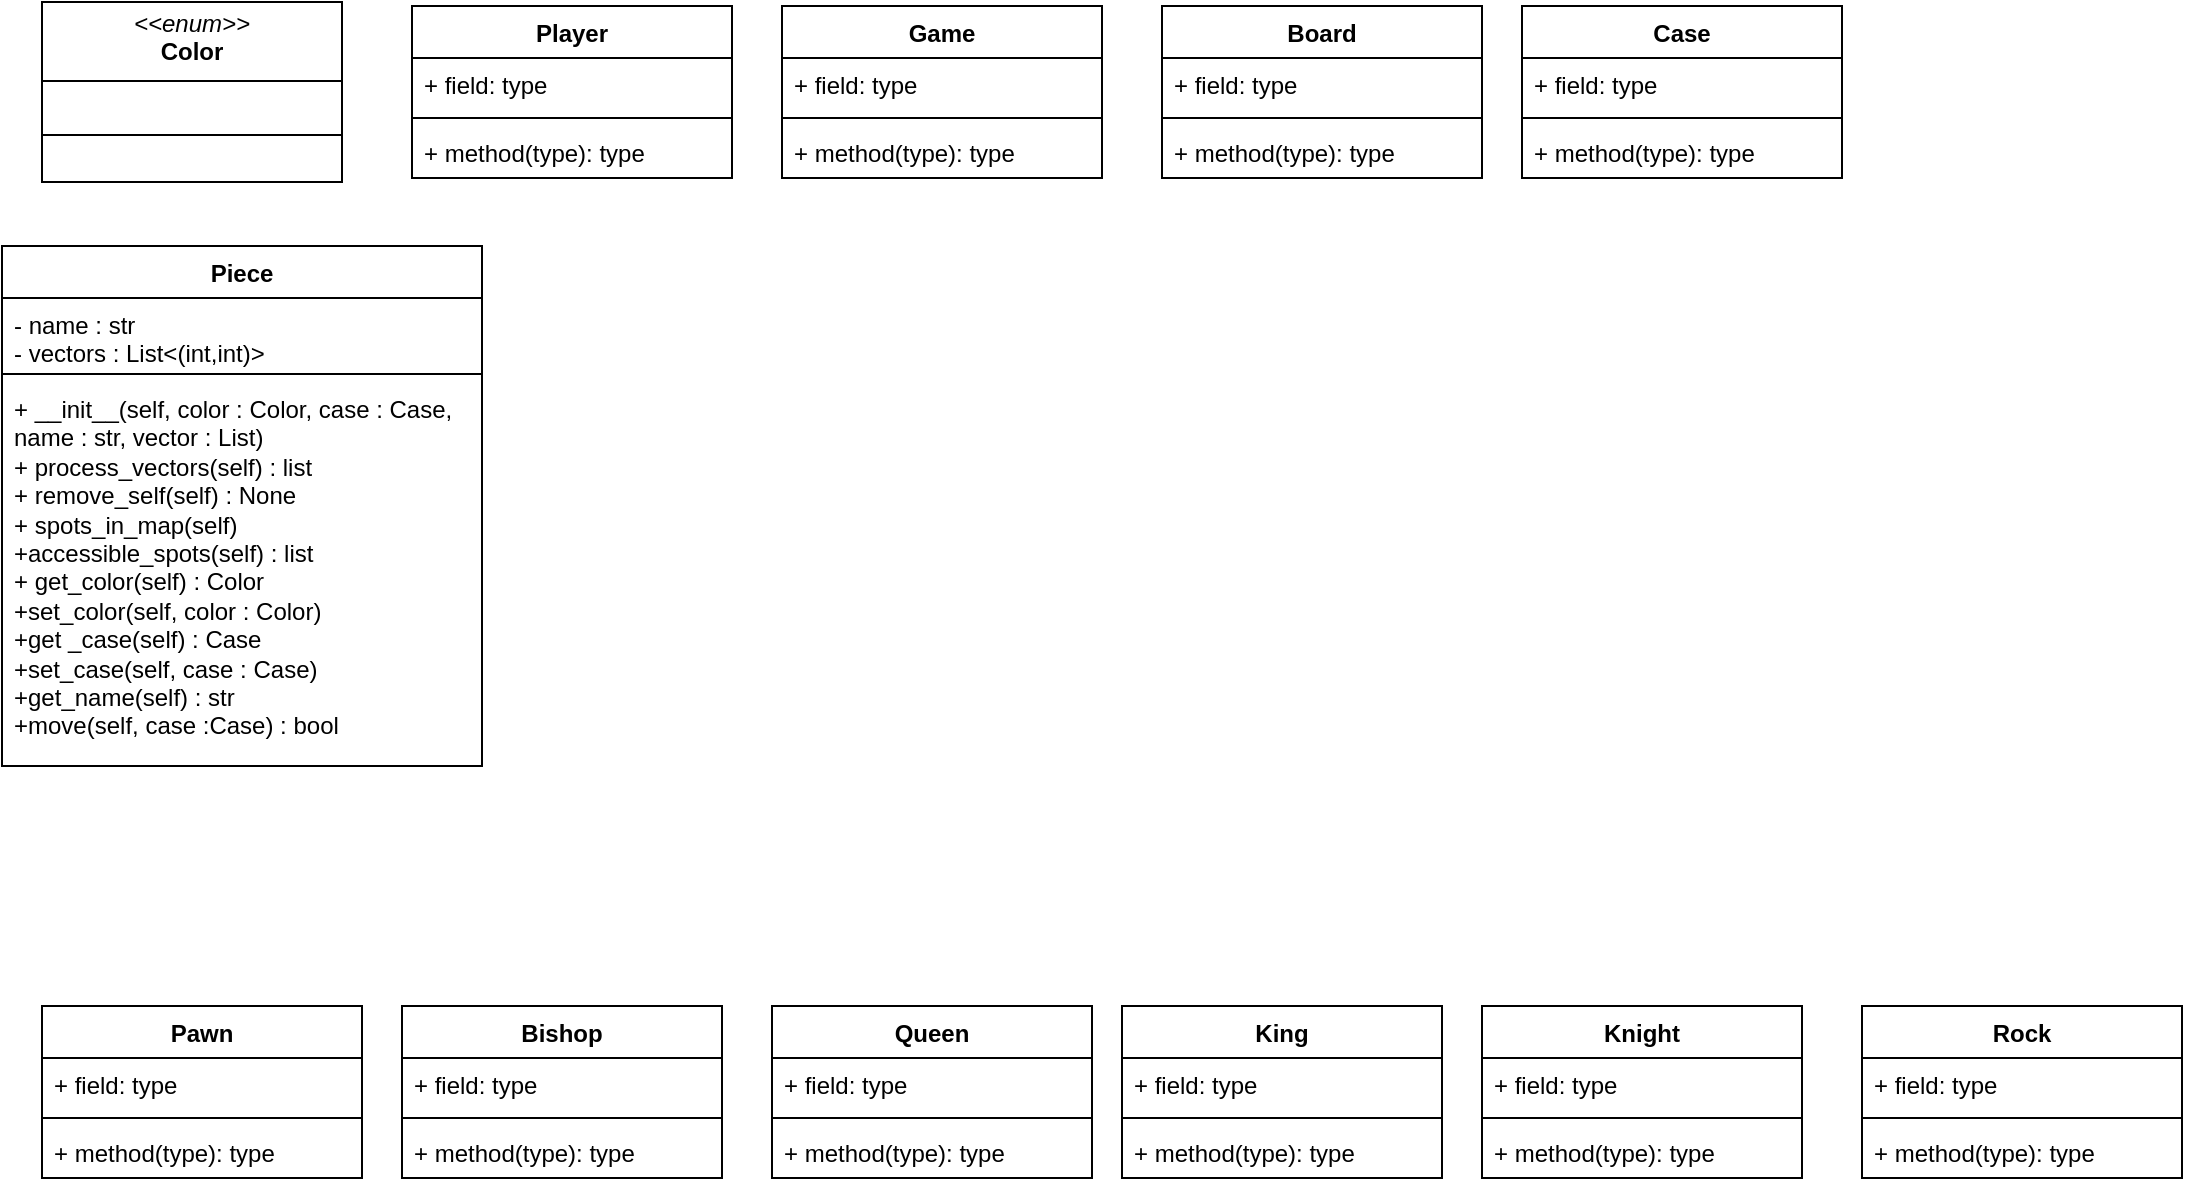
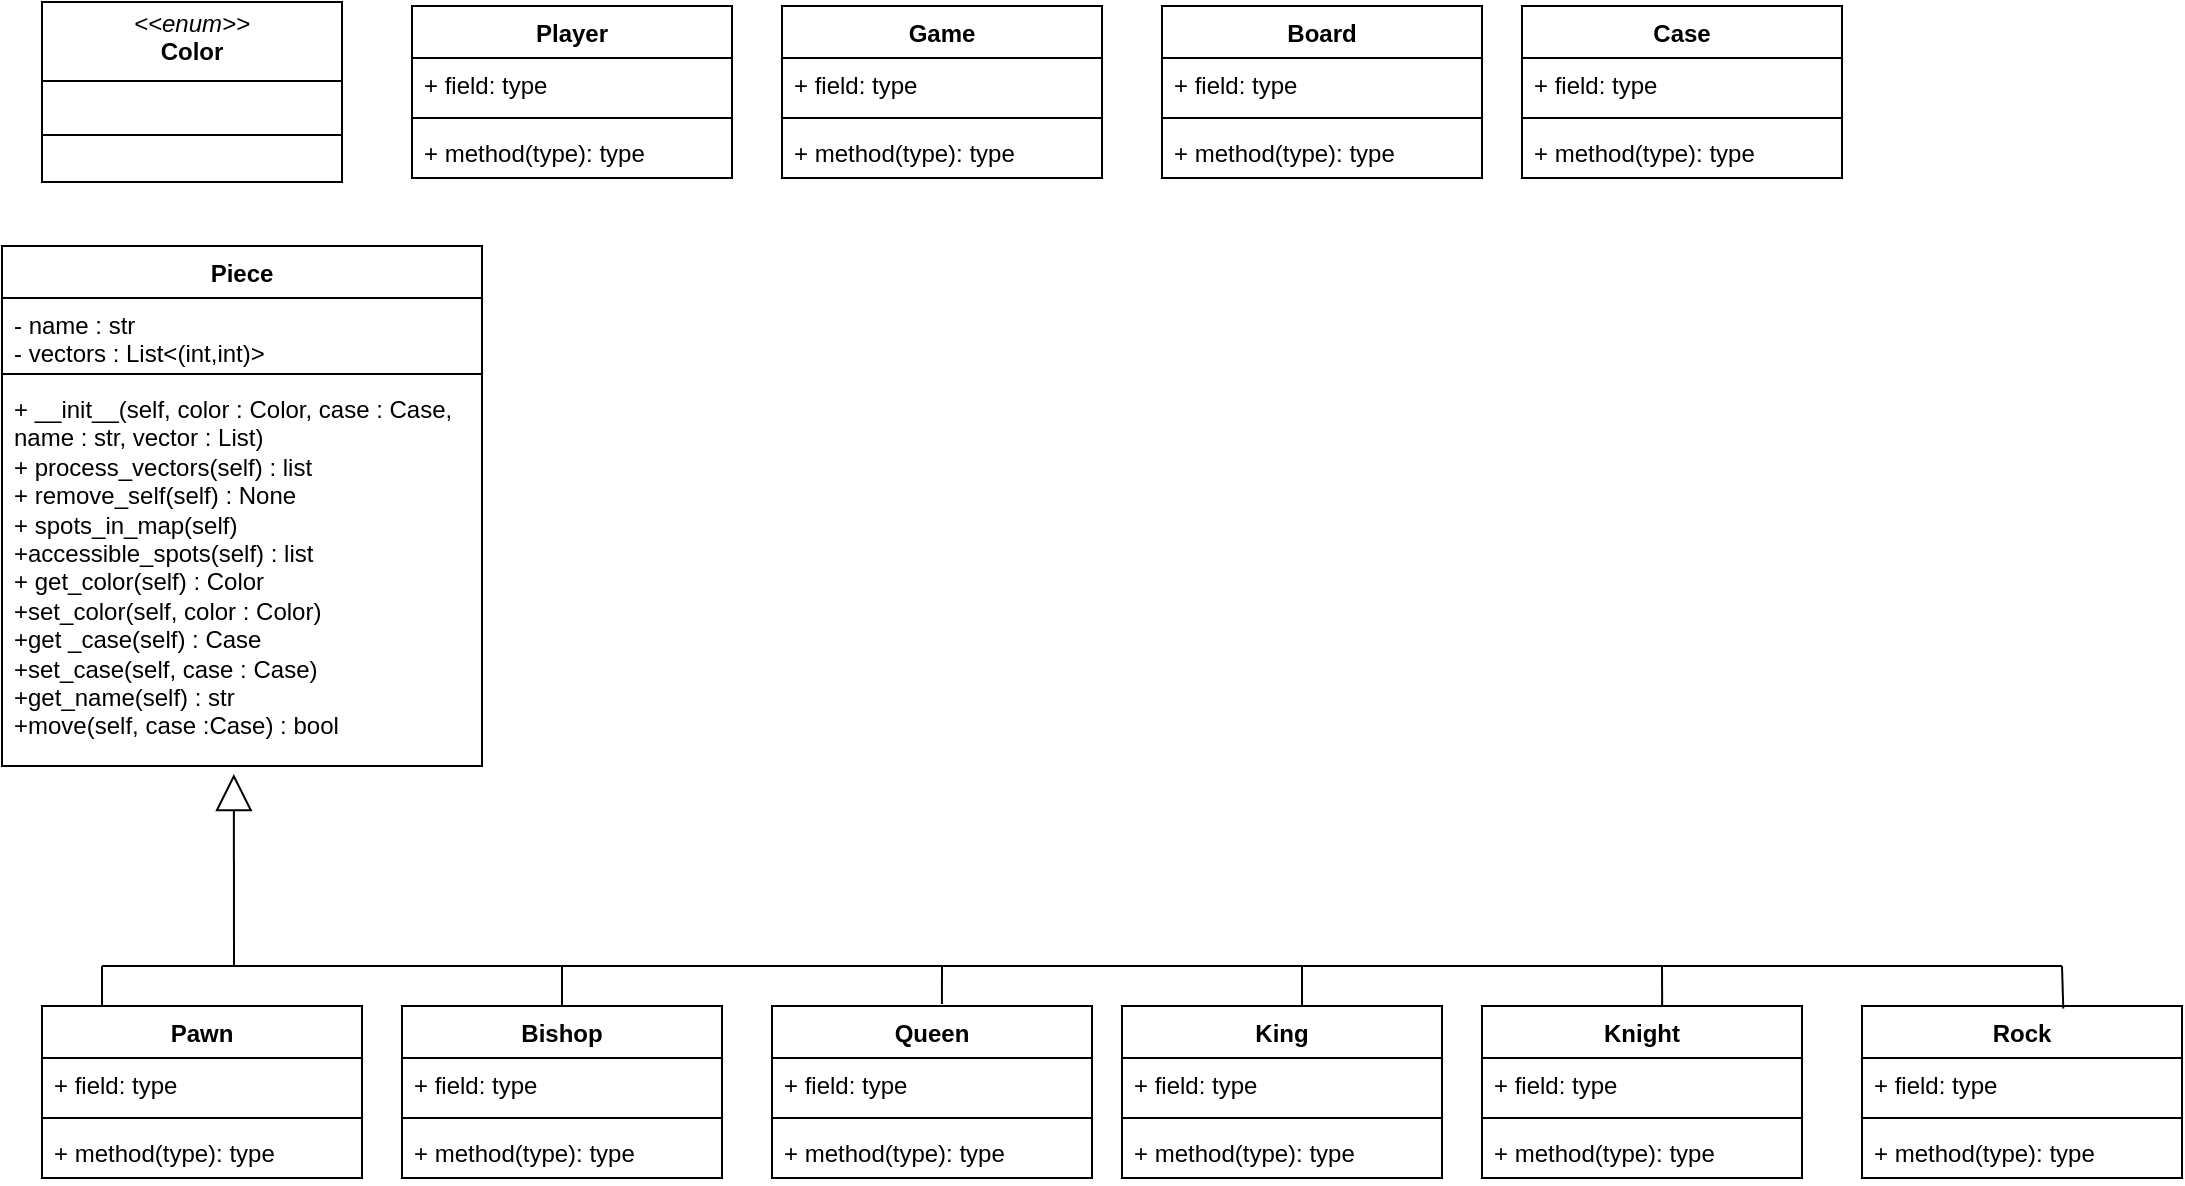
<mxfile host="app.diagrams.net" agent="Mozilla/5.0 (X11; Linux x86_64; rv:146.0) Gecko/20100101 Firefox/146.0" version="29.1.1">
  <diagram name="Page-1" id="ue2nzu8fp39hdbNQRuWm">
-     <mxGraphModel dx="1426" dy="835" grid="1" gridSize="10" guides="1" tooltips="1" connect="1" arrows="1" fold="1" page="1" pageScale="1" pageWidth="1169" pageHeight="1654" math="0" shadow="0">
+     <mxGraphModel dx="877" dy="557" grid="1" gridSize="10" guides="1" tooltips="1" connect="1" arrows="1" fold="1" page="1" pageScale="1" pageWidth="1169" pageHeight="1654" math="0" shadow="0">
      <root>
        <mxCell id="0" />
        <mxCell id="1" parent="0" />
        <mxCell id="S0ea2ZYKpIamfI4VXVso-1" parent="1" style="swimlane;fontStyle=1;align=center;verticalAlign=top;childLayout=stackLayout;horizontal=1;startSize=26;horizontalStack=0;resizeParent=1;resizeParentMax=0;resizeLast=0;collapsible=1;marginBottom=0;whiteSpace=wrap;html=1;" value="Player" vertex="1">
          <mxGeometry height="86" width="160" x="255" y="120" as="geometry" />
        </mxCell>
        <mxCell id="S0ea2ZYKpIamfI4VXVso-2" parent="S0ea2ZYKpIamfI4VXVso-1" style="text;strokeColor=none;fillColor=none;align=left;verticalAlign=top;spacingLeft=4;spacingRight=4;overflow=hidden;rotatable=0;points=[[0,0.5],[1,0.5]];portConstraint=eastwest;whiteSpace=wrap;html=1;" value="+ field: type" vertex="1">
          <mxGeometry height="26" width="160" y="26" as="geometry" />
        </mxCell>
        <mxCell id="S0ea2ZYKpIamfI4VXVso-3" parent="S0ea2ZYKpIamfI4VXVso-1" style="line;strokeWidth=1;fillColor=none;align=left;verticalAlign=middle;spacingTop=-1;spacingLeft=3;spacingRight=3;rotatable=0;labelPosition=right;points=[];portConstraint=eastwest;strokeColor=inherit;" value="" vertex="1">
          <mxGeometry height="8" width="160" y="52" as="geometry" />
        </mxCell>
        <mxCell id="S0ea2ZYKpIamfI4VXVso-4" parent="S0ea2ZYKpIamfI4VXVso-1" style="text;strokeColor=none;fillColor=none;align=left;verticalAlign=top;spacingLeft=4;spacingRight=4;overflow=hidden;rotatable=0;points=[[0,0.5],[1,0.5]];portConstraint=eastwest;whiteSpace=wrap;html=1;" value="+ method(type): type" vertex="1">
          <mxGeometry height="26" width="160" y="60" as="geometry" />
        </mxCell>
        <mxCell id="S0ea2ZYKpIamfI4VXVso-5" parent="1" style="swimlane;fontStyle=1;align=center;verticalAlign=top;childLayout=stackLayout;horizontal=1;startSize=26;horizontalStack=0;resizeParent=1;resizeParentMax=0;resizeLast=0;collapsible=1;marginBottom=0;whiteSpace=wrap;html=1;" value="Game" vertex="1">
          <mxGeometry height="86" width="160" x="440" y="120" as="geometry" />
        </mxCell>
        <mxCell id="S0ea2ZYKpIamfI4VXVso-6" parent="S0ea2ZYKpIamfI4VXVso-5" style="text;strokeColor=none;fillColor=none;align=left;verticalAlign=top;spacingLeft=4;spacingRight=4;overflow=hidden;rotatable=0;points=[[0,0.5],[1,0.5]];portConstraint=eastwest;whiteSpace=wrap;html=1;" value="+ field: type" vertex="1">
          <mxGeometry height="26" width="160" y="26" as="geometry" />
        </mxCell>
        <mxCell id="S0ea2ZYKpIamfI4VXVso-7" parent="S0ea2ZYKpIamfI4VXVso-5" style="line;strokeWidth=1;fillColor=none;align=left;verticalAlign=middle;spacingTop=-1;spacingLeft=3;spacingRight=3;rotatable=0;labelPosition=right;points=[];portConstraint=eastwest;strokeColor=inherit;" value="" vertex="1">
          <mxGeometry height="8" width="160" y="52" as="geometry" />
        </mxCell>
        <mxCell id="S0ea2ZYKpIamfI4VXVso-8" parent="S0ea2ZYKpIamfI4VXVso-5" style="text;strokeColor=none;fillColor=none;align=left;verticalAlign=top;spacingLeft=4;spacingRight=4;overflow=hidden;rotatable=0;points=[[0,0.5],[1,0.5]];portConstraint=eastwest;whiteSpace=wrap;html=1;" value="+ method(type): type" vertex="1">
          <mxGeometry height="26" width="160" y="60" as="geometry" />
        </mxCell>
        <mxCell id="S0ea2ZYKpIamfI4VXVso-9" parent="1" style="swimlane;fontStyle=1;align=center;verticalAlign=top;childLayout=stackLayout;horizontal=1;startSize=26;horizontalStack=0;resizeParent=1;resizeParentMax=0;resizeLast=0;collapsible=1;marginBottom=0;whiteSpace=wrap;html=1;" value="Board" vertex="1">
          <mxGeometry height="86" width="160" x="630" y="120" as="geometry" />
        </mxCell>
        <mxCell id="S0ea2ZYKpIamfI4VXVso-10" parent="S0ea2ZYKpIamfI4VXVso-9" style="text;strokeColor=none;fillColor=none;align=left;verticalAlign=top;spacingLeft=4;spacingRight=4;overflow=hidden;rotatable=0;points=[[0,0.5],[1,0.5]];portConstraint=eastwest;whiteSpace=wrap;html=1;" value="+ field: type" vertex="1">
          <mxGeometry height="26" width="160" y="26" as="geometry" />
        </mxCell>
        <mxCell id="S0ea2ZYKpIamfI4VXVso-11" parent="S0ea2ZYKpIamfI4VXVso-9" style="line;strokeWidth=1;fillColor=none;align=left;verticalAlign=middle;spacingTop=-1;spacingLeft=3;spacingRight=3;rotatable=0;labelPosition=right;points=[];portConstraint=eastwest;strokeColor=inherit;" value="" vertex="1">
          <mxGeometry height="8" width="160" y="52" as="geometry" />
        </mxCell>
        <mxCell id="S0ea2ZYKpIamfI4VXVso-12" parent="S0ea2ZYKpIamfI4VXVso-9" style="text;strokeColor=none;fillColor=none;align=left;verticalAlign=top;spacingLeft=4;spacingRight=4;overflow=hidden;rotatable=0;points=[[0,0.5],[1,0.5]];portConstraint=eastwest;whiteSpace=wrap;html=1;" value="+ method(type): type" vertex="1">
          <mxGeometry height="26" width="160" y="60" as="geometry" />
        </mxCell>
        <mxCell id="S0ea2ZYKpIamfI4VXVso-13" parent="1" style="verticalAlign=top;align=left;overflow=fill;html=1;whiteSpace=wrap;" value="&lt;p style=&quot;margin:0px;margin-top:4px;text-align:center;&quot;&gt;&lt;i&gt;&amp;lt;&amp;lt;enum&amp;gt;&amp;gt;&lt;/i&gt;&lt;br&gt;&lt;b&gt;Color&lt;/b&gt;&lt;/p&gt;&lt;hr size=&quot;1&quot; style=&quot;border-style:solid;&quot;&gt;&lt;br&gt;&lt;hr size=&quot;1&quot; style=&quot;border-style:solid;&quot;&gt;" vertex="1">
          <mxGeometry height="90" width="150" x="70" y="118" as="geometry" />
        </mxCell>
        <mxCell id="S0ea2ZYKpIamfI4VXVso-14" parent="1" style="swimlane;fontStyle=1;align=center;verticalAlign=top;childLayout=stackLayout;horizontal=1;startSize=26;horizontalStack=0;resizeParent=1;resizeParentMax=0;resizeLast=0;collapsible=1;marginBottom=0;whiteSpace=wrap;html=1;" value="Case" vertex="1">
          <mxGeometry height="86" width="160" x="810" y="120" as="geometry" />
        </mxCell>
        <mxCell id="S0ea2ZYKpIamfI4VXVso-15" parent="S0ea2ZYKpIamfI4VXVso-14" style="text;strokeColor=none;fillColor=none;align=left;verticalAlign=top;spacingLeft=4;spacingRight=4;overflow=hidden;rotatable=0;points=[[0,0.5],[1,0.5]];portConstraint=eastwest;whiteSpace=wrap;html=1;" value="+ field: type" vertex="1">
          <mxGeometry height="26" width="160" y="26" as="geometry" />
        </mxCell>
        <mxCell id="S0ea2ZYKpIamfI4VXVso-16" parent="S0ea2ZYKpIamfI4VXVso-14" style="line;strokeWidth=1;fillColor=none;align=left;verticalAlign=middle;spacingTop=-1;spacingLeft=3;spacingRight=3;rotatable=0;labelPosition=right;points=[];portConstraint=eastwest;strokeColor=inherit;" value="" vertex="1">
          <mxGeometry height="8" width="160" y="52" as="geometry" />
        </mxCell>
        <mxCell id="S0ea2ZYKpIamfI4VXVso-17" parent="S0ea2ZYKpIamfI4VXVso-14" style="text;strokeColor=none;fillColor=none;align=left;verticalAlign=top;spacingLeft=4;spacingRight=4;overflow=hidden;rotatable=0;points=[[0,0.5],[1,0.5]];portConstraint=eastwest;whiteSpace=wrap;html=1;" value="+ method(type): type" vertex="1">
          <mxGeometry height="26" width="160" y="60" as="geometry" />
        </mxCell>
        <mxCell id="S0ea2ZYKpIamfI4VXVso-18" parent="1" style="swimlane;fontStyle=1;align=center;verticalAlign=top;childLayout=stackLayout;horizontal=1;startSize=26;horizontalStack=0;resizeParent=1;resizeParentMax=0;resizeLast=0;collapsible=1;marginBottom=0;whiteSpace=wrap;html=1;" value="Piece" vertex="1">
          <mxGeometry height="260" width="240" x="50" y="240" as="geometry" />
        </mxCell>
        <mxCell id="S0ea2ZYKpIamfI4VXVso-19" parent="S0ea2ZYKpIamfI4VXVso-18" style="text;strokeColor=none;fillColor=none;align=left;verticalAlign=top;spacingLeft=4;spacingRight=4;overflow=hidden;rotatable=0;points=[[0,0.5],[1,0.5]];portConstraint=eastwest;whiteSpace=wrap;html=1;" value="&lt;div&gt;- name : str&lt;/div&gt;&lt;div&gt;- vectors : List&amp;lt;(int,int)&amp;gt;&lt;/div&gt;" vertex="1">
          <mxGeometry height="34" width="240" y="26" as="geometry" />
        </mxCell>
        <mxCell id="S0ea2ZYKpIamfI4VXVso-20" parent="S0ea2ZYKpIamfI4VXVso-18" style="line;strokeWidth=1;fillColor=none;align=left;verticalAlign=middle;spacingTop=-1;spacingLeft=3;spacingRight=3;rotatable=0;labelPosition=right;points=[];portConstraint=eastwest;strokeColor=inherit;" value="" vertex="1">
          <mxGeometry height="8" width="240" y="60" as="geometry" />
        </mxCell>
        <mxCell id="S0ea2ZYKpIamfI4VXVso-21" parent="S0ea2ZYKpIamfI4VXVso-18" style="text;strokeColor=none;fillColor=none;align=left;verticalAlign=top;spacingLeft=4;spacingRight=4;overflow=hidden;rotatable=0;points=[[0,0.5],[1,0.5]];portConstraint=eastwest;whiteSpace=wrap;html=1;" value="&lt;div&gt;+ __init__(self, color : Color, case : Case, name : str, vector : List)&lt;/div&gt;&lt;div&gt;+ process_vectors(self) : list&lt;/div&gt;&lt;div&gt;+ remove_self(self) : None&lt;/div&gt;&lt;div&gt;+ spots_in_map(self)&lt;/div&gt;&lt;div&gt;+accessible_spots(self) : list&lt;/div&gt;&lt;div&gt;+ get_color(self) : Color&lt;/div&gt;&lt;div&gt;+set_color(self, color : Color)&lt;/div&gt;&lt;div&gt;+get _case(self) : Case&lt;/div&gt;&lt;div&gt;+set_case(self, case : Case)&lt;/div&gt;&lt;div&gt;+get_name(self) : str&lt;/div&gt;&lt;div&gt;+move(self, case :Case) : bool&lt;/div&gt;" vertex="1">
          <mxGeometry height="192" width="240" y="68" as="geometry" />
        </mxCell>
        <mxCell id="S0ea2ZYKpIamfI4VXVso-22" parent="1" style="swimlane;fontStyle=1;align=center;verticalAlign=top;childLayout=stackLayout;horizontal=1;startSize=26;horizontalStack=0;resizeParent=1;resizeParentMax=0;resizeLast=0;collapsible=1;marginBottom=0;whiteSpace=wrap;html=1;" value="Pawn" vertex="1">
          <mxGeometry height="86" width="160" x="70" y="620" as="geometry" />
        </mxCell>
        <mxCell id="S0ea2ZYKpIamfI4VXVso-23" parent="S0ea2ZYKpIamfI4VXVso-22" style="text;strokeColor=none;fillColor=none;align=left;verticalAlign=top;spacingLeft=4;spacingRight=4;overflow=hidden;rotatable=0;points=[[0,0.5],[1,0.5]];portConstraint=eastwest;whiteSpace=wrap;html=1;" value="+ field: type" vertex="1">
          <mxGeometry height="26" width="160" y="26" as="geometry" />
        </mxCell>
        <mxCell id="S0ea2ZYKpIamfI4VXVso-24" parent="S0ea2ZYKpIamfI4VXVso-22" style="line;strokeWidth=1;fillColor=none;align=left;verticalAlign=middle;spacingTop=-1;spacingLeft=3;spacingRight=3;rotatable=0;labelPosition=right;points=[];portConstraint=eastwest;strokeColor=inherit;" value="" vertex="1">
          <mxGeometry height="8" width="160" y="52" as="geometry" />
        </mxCell>
        <mxCell id="S0ea2ZYKpIamfI4VXVso-25" parent="S0ea2ZYKpIamfI4VXVso-22" style="text;strokeColor=none;fillColor=none;align=left;verticalAlign=top;spacingLeft=4;spacingRight=4;overflow=hidden;rotatable=0;points=[[0,0.5],[1,0.5]];portConstraint=eastwest;whiteSpace=wrap;html=1;" value="+ method(type): type" vertex="1">
          <mxGeometry height="26" width="160" y="60" as="geometry" />
        </mxCell>
        <mxCell id="S0ea2ZYKpIamfI4VXVso-27" parent="1" style="swimlane;fontStyle=1;align=center;verticalAlign=top;childLayout=stackLayout;horizontal=1;startSize=26;horizontalStack=0;resizeParent=1;resizeParentMax=0;resizeLast=0;collapsible=1;marginBottom=0;whiteSpace=wrap;html=1;" value="Bishop" vertex="1">
          <mxGeometry height="86" width="160" x="250" y="620" as="geometry" />
        </mxCell>
        <mxCell id="S0ea2ZYKpIamfI4VXVso-28" parent="S0ea2ZYKpIamfI4VXVso-27" style="text;strokeColor=none;fillColor=none;align=left;verticalAlign=top;spacingLeft=4;spacingRight=4;overflow=hidden;rotatable=0;points=[[0,0.5],[1,0.5]];portConstraint=eastwest;whiteSpace=wrap;html=1;" value="+ field: type" vertex="1">
          <mxGeometry height="26" width="160" y="26" as="geometry" />
        </mxCell>
        <mxCell id="S0ea2ZYKpIamfI4VXVso-29" parent="S0ea2ZYKpIamfI4VXVso-27" style="line;strokeWidth=1;fillColor=none;align=left;verticalAlign=middle;spacingTop=-1;spacingLeft=3;spacingRight=3;rotatable=0;labelPosition=right;points=[];portConstraint=eastwest;strokeColor=inherit;" value="" vertex="1">
          <mxGeometry height="8" width="160" y="52" as="geometry" />
        </mxCell>
        <mxCell id="S0ea2ZYKpIamfI4VXVso-30" parent="S0ea2ZYKpIamfI4VXVso-27" style="text;strokeColor=none;fillColor=none;align=left;verticalAlign=top;spacingLeft=4;spacingRight=4;overflow=hidden;rotatable=0;points=[[0,0.5],[1,0.5]];portConstraint=eastwest;whiteSpace=wrap;html=1;" value="+ method(type): type" vertex="1">
          <mxGeometry height="26" width="160" y="60" as="geometry" />
        </mxCell>
        <mxCell id="S0ea2ZYKpIamfI4VXVso-31" parent="1" style="swimlane;fontStyle=1;align=center;verticalAlign=top;childLayout=stackLayout;horizontal=1;startSize=26;horizontalStack=0;resizeParent=1;resizeParentMax=0;resizeLast=0;collapsible=1;marginBottom=0;whiteSpace=wrap;html=1;" value="Queen" vertex="1">
          <mxGeometry height="86" width="160" x="435" y="620" as="geometry" />
        </mxCell>
        <mxCell id="S0ea2ZYKpIamfI4VXVso-32" parent="S0ea2ZYKpIamfI4VXVso-31" style="text;strokeColor=none;fillColor=none;align=left;verticalAlign=top;spacingLeft=4;spacingRight=4;overflow=hidden;rotatable=0;points=[[0,0.5],[1,0.5]];portConstraint=eastwest;whiteSpace=wrap;html=1;" value="+ field: type" vertex="1">
          <mxGeometry height="26" width="160" y="26" as="geometry" />
        </mxCell>
        <mxCell id="S0ea2ZYKpIamfI4VXVso-33" parent="S0ea2ZYKpIamfI4VXVso-31" style="line;strokeWidth=1;fillColor=none;align=left;verticalAlign=middle;spacingTop=-1;spacingLeft=3;spacingRight=3;rotatable=0;labelPosition=right;points=[];portConstraint=eastwest;strokeColor=inherit;" value="" vertex="1">
          <mxGeometry height="8" width="160" y="52" as="geometry" />
        </mxCell>
        <mxCell id="S0ea2ZYKpIamfI4VXVso-34" parent="S0ea2ZYKpIamfI4VXVso-31" style="text;strokeColor=none;fillColor=none;align=left;verticalAlign=top;spacingLeft=4;spacingRight=4;overflow=hidden;rotatable=0;points=[[0,0.5],[1,0.5]];portConstraint=eastwest;whiteSpace=wrap;html=1;" value="+ method(type): type" vertex="1">
          <mxGeometry height="26" width="160" y="60" as="geometry" />
        </mxCell>
        <mxCell id="S0ea2ZYKpIamfI4VXVso-35" parent="1" style="swimlane;fontStyle=1;align=center;verticalAlign=top;childLayout=stackLayout;horizontal=1;startSize=26;horizontalStack=0;resizeParent=1;resizeParentMax=0;resizeLast=0;collapsible=1;marginBottom=0;whiteSpace=wrap;html=1;" value="King" vertex="1">
          <mxGeometry height="86" width="160" x="610" y="620" as="geometry" />
        </mxCell>
        <mxCell id="S0ea2ZYKpIamfI4VXVso-36" parent="S0ea2ZYKpIamfI4VXVso-35" style="text;strokeColor=none;fillColor=none;align=left;verticalAlign=top;spacingLeft=4;spacingRight=4;overflow=hidden;rotatable=0;points=[[0,0.5],[1,0.5]];portConstraint=eastwest;whiteSpace=wrap;html=1;" value="+ field: type" vertex="1">
          <mxGeometry height="26" width="160" y="26" as="geometry" />
        </mxCell>
        <mxCell id="S0ea2ZYKpIamfI4VXVso-37" parent="S0ea2ZYKpIamfI4VXVso-35" style="line;strokeWidth=1;fillColor=none;align=left;verticalAlign=middle;spacingTop=-1;spacingLeft=3;spacingRight=3;rotatable=0;labelPosition=right;points=[];portConstraint=eastwest;strokeColor=inherit;" value="" vertex="1">
          <mxGeometry height="8" width="160" y="52" as="geometry" />
        </mxCell>
        <mxCell id="S0ea2ZYKpIamfI4VXVso-38" parent="S0ea2ZYKpIamfI4VXVso-35" style="text;strokeColor=none;fillColor=none;align=left;verticalAlign=top;spacingLeft=4;spacingRight=4;overflow=hidden;rotatable=0;points=[[0,0.5],[1,0.5]];portConstraint=eastwest;whiteSpace=wrap;html=1;" value="+ method(type): type" vertex="1">
          <mxGeometry height="26" width="160" y="60" as="geometry" />
        </mxCell>
        <mxCell id="S0ea2ZYKpIamfI4VXVso-39" parent="1" style="swimlane;fontStyle=1;align=center;verticalAlign=top;childLayout=stackLayout;horizontal=1;startSize=26;horizontalStack=0;resizeParent=1;resizeParentMax=0;resizeLast=0;collapsible=1;marginBottom=0;whiteSpace=wrap;html=1;" value="Knight" vertex="1">
          <mxGeometry height="86" width="160" x="790" y="620" as="geometry" />
        </mxCell>
        <mxCell id="S0ea2ZYKpIamfI4VXVso-40" parent="S0ea2ZYKpIamfI4VXVso-39" style="text;strokeColor=none;fillColor=none;align=left;verticalAlign=top;spacingLeft=4;spacingRight=4;overflow=hidden;rotatable=0;points=[[0,0.5],[1,0.5]];portConstraint=eastwest;whiteSpace=wrap;html=1;" value="+ field: type" vertex="1">
          <mxGeometry height="26" width="160" y="26" as="geometry" />
        </mxCell>
        <mxCell id="S0ea2ZYKpIamfI4VXVso-41" parent="S0ea2ZYKpIamfI4VXVso-39" style="line;strokeWidth=1;fillColor=none;align=left;verticalAlign=middle;spacingTop=-1;spacingLeft=3;spacingRight=3;rotatable=0;labelPosition=right;points=[];portConstraint=eastwest;strokeColor=inherit;" value="" vertex="1">
          <mxGeometry height="8" width="160" y="52" as="geometry" />
        </mxCell>
        <mxCell id="S0ea2ZYKpIamfI4VXVso-42" parent="S0ea2ZYKpIamfI4VXVso-39" style="text;strokeColor=none;fillColor=none;align=left;verticalAlign=top;spacingLeft=4;spacingRight=4;overflow=hidden;rotatable=0;points=[[0,0.5],[1,0.5]];portConstraint=eastwest;whiteSpace=wrap;html=1;" value="+ method(type): type" vertex="1">
          <mxGeometry height="26" width="160" y="60" as="geometry" />
        </mxCell>
        <mxCell id="S0ea2ZYKpIamfI4VXVso-43" parent="1" style="swimlane;fontStyle=1;align=center;verticalAlign=top;childLayout=stackLayout;horizontal=1;startSize=26;horizontalStack=0;resizeParent=1;resizeParentMax=0;resizeLast=0;collapsible=1;marginBottom=0;whiteSpace=wrap;html=1;" value="Rock" vertex="1">
          <mxGeometry height="86" width="160" x="980" y="620" as="geometry" />
        </mxCell>
        <mxCell id="S0ea2ZYKpIamfI4VXVso-44" parent="S0ea2ZYKpIamfI4VXVso-43" style="text;strokeColor=none;fillColor=none;align=left;verticalAlign=top;spacingLeft=4;spacingRight=4;overflow=hidden;rotatable=0;points=[[0,0.5],[1,0.5]];portConstraint=eastwest;whiteSpace=wrap;html=1;" value="+ field: type" vertex="1">
          <mxGeometry height="26" width="160" y="26" as="geometry" />
        </mxCell>
        <mxCell id="S0ea2ZYKpIamfI4VXVso-45" parent="S0ea2ZYKpIamfI4VXVso-43" style="line;strokeWidth=1;fillColor=none;align=left;verticalAlign=middle;spacingTop=-1;spacingLeft=3;spacingRight=3;rotatable=0;labelPosition=right;points=[];portConstraint=eastwest;strokeColor=inherit;" value="" vertex="1">
          <mxGeometry height="8" width="160" y="52" as="geometry" />
        </mxCell>
        <mxCell id="S0ea2ZYKpIamfI4VXVso-46" parent="S0ea2ZYKpIamfI4VXVso-43" style="text;strokeColor=none;fillColor=none;align=left;verticalAlign=top;spacingLeft=4;spacingRight=4;overflow=hidden;rotatable=0;points=[[0,0.5],[1,0.5]];portConstraint=eastwest;whiteSpace=wrap;html=1;" value="+ method(type): type" vertex="1">
          <mxGeometry height="26" width="160" y="60" as="geometry" />
        </mxCell>
+         <mxCell id="RvrVx3QbLvxbVOcMWla0-1" edge="1" parent="1" style="endArrow=block;endSize=16;endFill=0;html=1;rounded=0;entryX=0.483;entryY=1.021;entryDx=0;entryDy=0;entryPerimeter=0;" target="S0ea2ZYKpIamfI4VXVso-21" value="">
+           <mxGeometry relative="1" width="160" as="geometry">
+             <mxPoint x="166" y="600" as="sourcePoint" />
+             <mxPoint x="390" y="570" as="targetPoint" />
+           </mxGeometry>
+         </mxCell>
+         <mxCell id="RvrVx3QbLvxbVOcMWla0-3" edge="1" parent="1" style="endArrow=none;html=1;rounded=0;" value="">
+           <mxGeometry height="50" relative="1" width="50" as="geometry">
+             <mxPoint x="100" y="600" as="sourcePoint" />
+             <mxPoint x="1080" y="600" as="targetPoint" />
+           </mxGeometry>
+         </mxCell>
+         <mxCell id="RvrVx3QbLvxbVOcMWla0-4" edge="1" parent="1" style="endArrow=none;html=1;rounded=0;" value="">
+           <mxGeometry height="50" relative="1" width="50" as="geometry">
+             <mxPoint x="100" y="620" as="sourcePoint" />
+             <mxPoint x="100" y="600" as="targetPoint" />
+           </mxGeometry>
+         </mxCell>
+         <mxCell id="RvrVx3QbLvxbVOcMWla0-5" edge="1" parent="1" source="S0ea2ZYKpIamfI4VXVso-27" style="endArrow=none;html=1;rounded=0;exitX=0.5;exitY=0;exitDx=0;exitDy=0;" value="">
+           <mxGeometry height="50" relative="1" width="50" as="geometry">
+             <mxPoint x="110" y="630" as="sourcePoint" />
+             <mxPoint x="330" y="600" as="targetPoint" />
+           </mxGeometry>
+         </mxCell>
+         <mxCell id="RvrVx3QbLvxbVOcMWla0-7" edge="1" parent="1" source="S0ea2ZYKpIamfI4VXVso-31" style="endArrow=none;html=1;rounded=0;exitX=0.531;exitY=-0.012;exitDx=0;exitDy=0;exitPerimeter=0;" value="">
+           <mxGeometry height="50" relative="1" width="50" as="geometry">
+             <mxPoint x="340" y="630" as="sourcePoint" />
+             <mxPoint x="520" y="600" as="targetPoint" />
+           </mxGeometry>
+         </mxCell>
+         <mxCell id="RvrVx3QbLvxbVOcMWla0-8" edge="1" parent="1" style="endArrow=none;html=1;rounded=0;" value="">
+           <mxGeometry height="50" relative="1" width="50" as="geometry">
+             <mxPoint x="700" y="620" as="sourcePoint" />
+             <mxPoint x="700" y="600" as="targetPoint" />
+           </mxGeometry>
+         </mxCell>
+         <mxCell id="RvrVx3QbLvxbVOcMWla0-9" edge="1" parent="1" source="S0ea2ZYKpIamfI4VXVso-39" style="endArrow=none;html=1;rounded=0;exitX=0.563;exitY=-0.005;exitDx=0;exitDy=0;exitPerimeter=0;" value="">
+           <mxGeometry height="50" relative="1" width="50" as="geometry">
+             <mxPoint x="710" y="630" as="sourcePoint" />
+             <mxPoint x="880" y="600" as="targetPoint" />
+           </mxGeometry>
+         </mxCell>
+         <mxCell id="RvrVx3QbLvxbVOcMWla0-10" edge="1" parent="1" source="S0ea2ZYKpIamfI4VXVso-43" style="endArrow=none;html=1;rounded=0;exitX=0.629;exitY=0.015;exitDx=0;exitDy=0;exitPerimeter=0;" value="">
+           <mxGeometry height="50" relative="1" width="50" as="geometry">
+             <mxPoint x="1060" y="618" as="sourcePoint" />
+             <mxPoint x="1080" y="600" as="targetPoint" />
+           </mxGeometry>
+         </mxCell>
      </root>
    </mxGraphModel>
  </diagram>
</mxfile>
